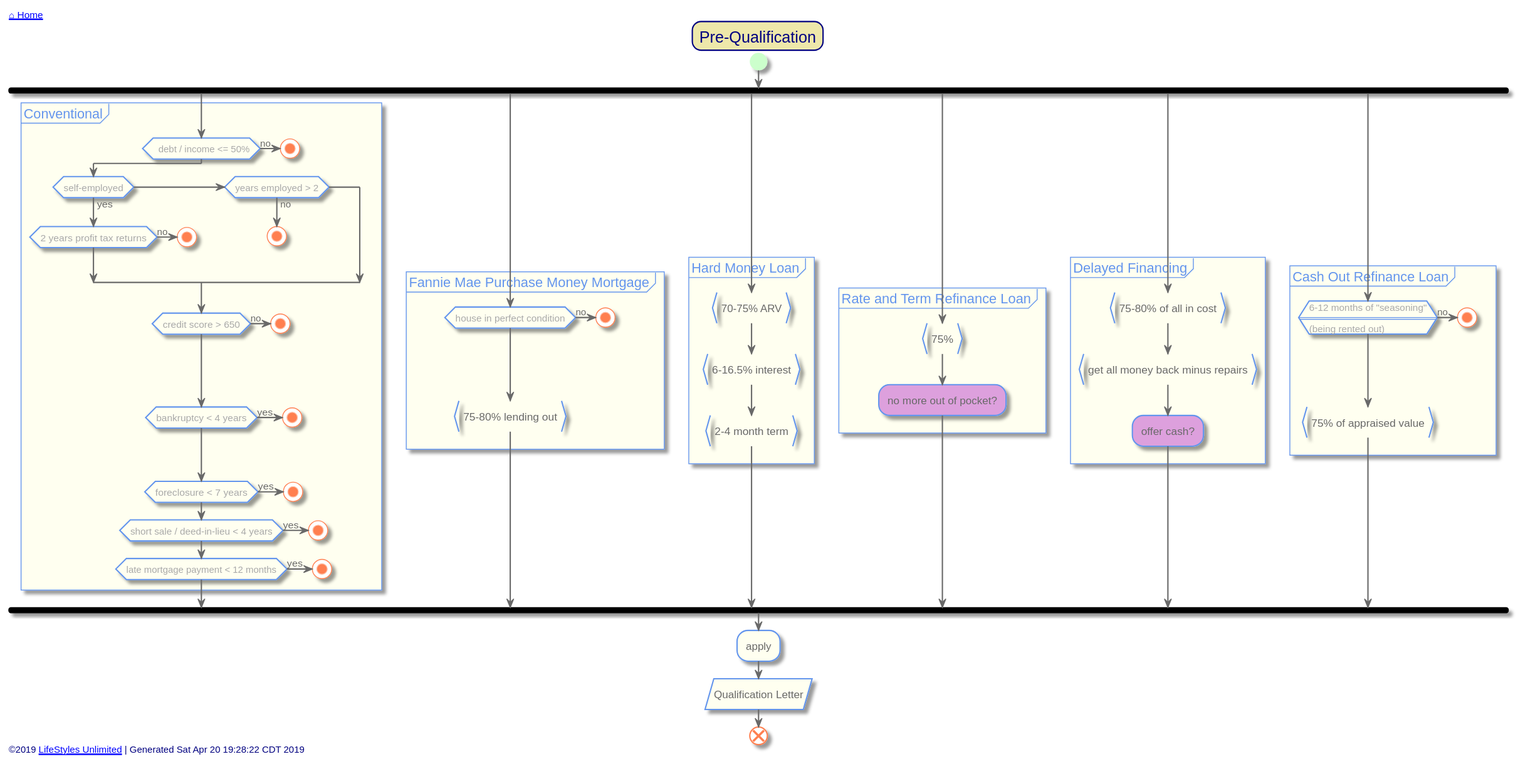
Before: out/src/single-family/pre-qualification.svg, a diagram exported from PlantUML (toddmo/lifestylesunlimited).
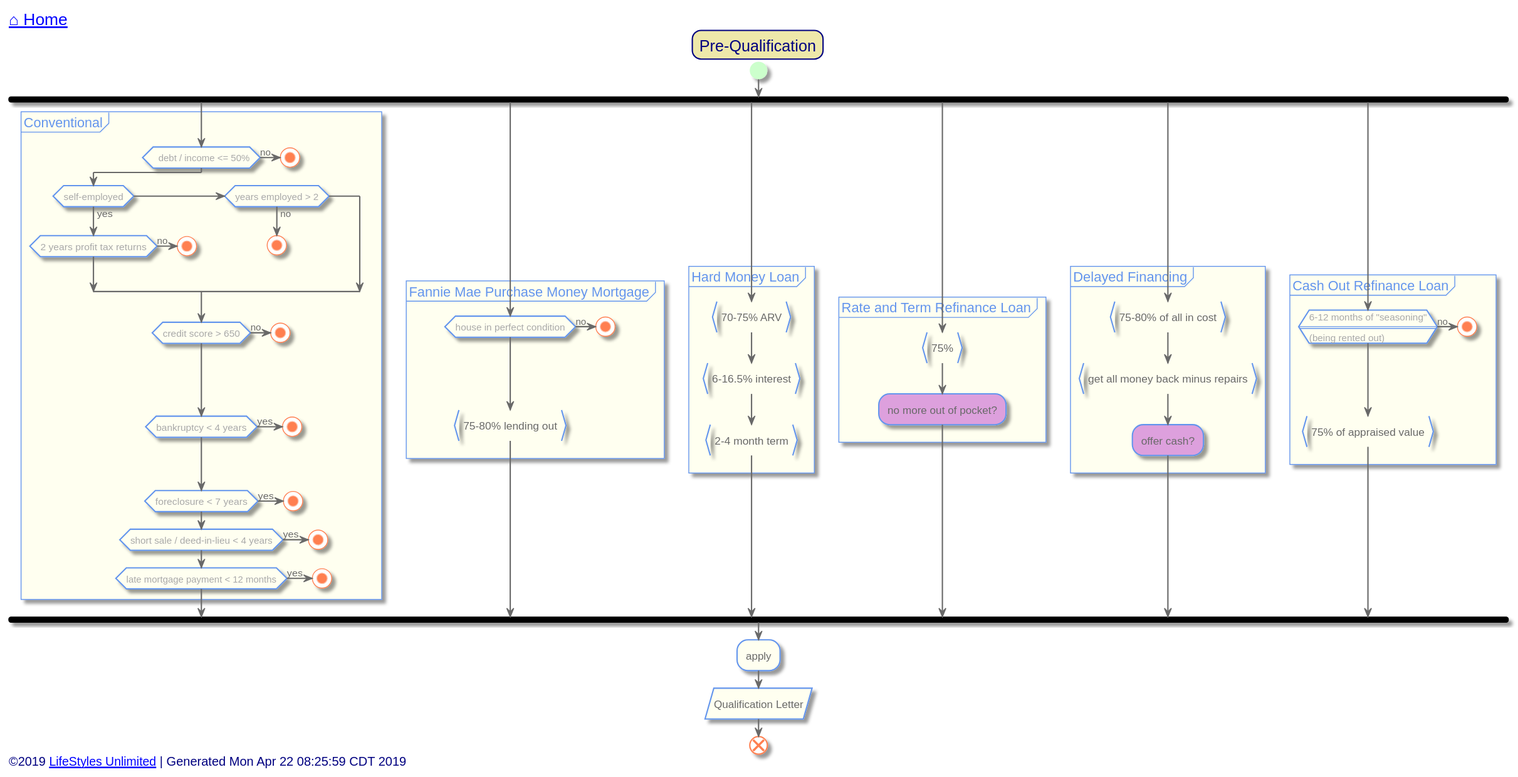
After the change.

The edit, as a diff of the source:
```diff
@@ -73,7 +73,7 @@
 
 
 left header
-	<font color=Navy>[[../index.svg ⌂ Home]]</font>
+	<font color=Navy size=18>[[../index.svg ⌂ Home]]</font>
 endheader
 
 
@@ -160,7 +160,7 @@
 
 
 left footer
-	©2019 [[http://www.lifestylesunlimited.com LifeStyles Unlimited]] | Generated Sat Apr 20 19:28:22 CDT 2019
+	<font size=14>©2019 [[http://www.lifestylesunlimited.com LifeStyles Unlimited]] | Generated Mon Apr 22 08:25:59 CDT 2019</font>
 endfooter
 
 
```
